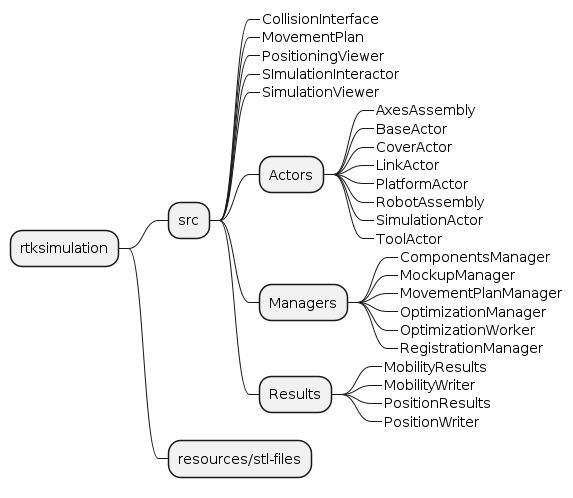
RobertDeBiro/Cpp_Programs keeps this PlantUML diagram as Companies/Ronna/Images/Diagrams/MindMaps/rtksimulation.png. Above is the earlier version. Its diagram source:
```plantuml
@startmindmap rtksimulation

+ rtksimulation
++ src
+++_ CollisionInterface
+++_ MovementPlan
+++_ PositioningViewer
+++_ SImulationInteractor
+++_ SimulationViewer
+++ Actors
++++_ AxesAssembly
++++_ BaseActor
++++_ CoverActor
++++_ LinkActor
++++_ PlatformActor
++++_ RobotAssembly
++++_ SimulationActor
++++_ ToolActor
+++ Managers
++++_ ComponentsManager
++++_ MockupManager
++++_ MovementPlanManager
++++_ OptimizationManager
++++_ OptimizationWorker
++++_ RegistrationManager
+++ Results
++++_ MobilityResults
++++_ MobilityWriter
++++_ PositionResults
++++_ PositionWriter
++ resources/stl-files

@endmindmap
```
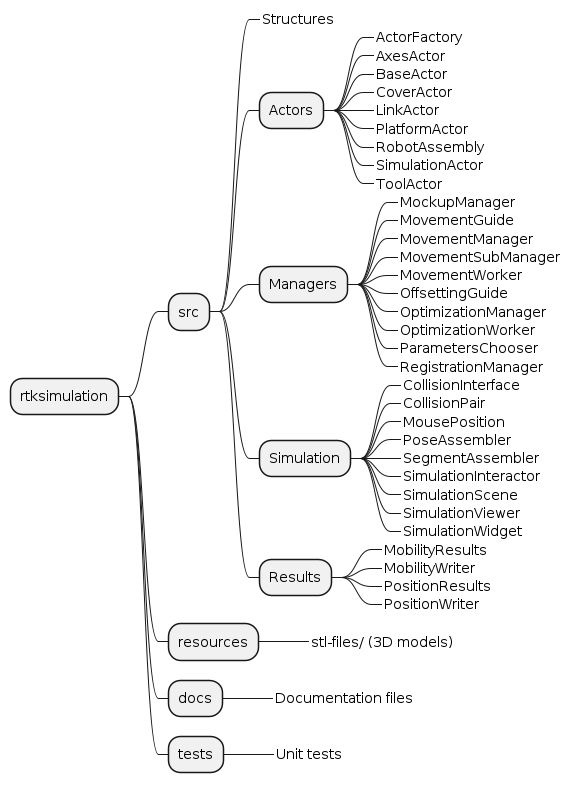
Above is the later version.

The edit, as a diff of the source:
```diff
@@ -1,14 +1,13 @@
 @startmindmap rtksimulation
 
 + rtksimulation
+
 ++ src
-+++_ CollisionInterface
-+++_ MovementPlan
-+++_ PositioningViewer
-+++_ SImulationInteractor
-+++_ SimulationViewer
++++_ Structures
+
 +++ Actors
-++++_ AxesAssembly
+++++_ ActorFactory
+++++_ AxesActor
 ++++_ BaseActor
 ++++_ CoverActor
 ++++_ LinkActor
@@ -16,18 +15,43 @@
 ++++_ RobotAssembly
 ++++_ SimulationActor
 ++++_ ToolActor
+
 +++ Managers
-++++_ ComponentsManager
 ++++_ MockupManager
-++++_ MovementPlanManager
+++++_ MovementGuide
+++++_ MovementManager
+++++_ MovementSubManager
+++++_ MovementWorker
+++++_ OffsettingGuide
 ++++_ OptimizationManager
 ++++_ OptimizationWorker
+++++_ ParametersChooser
 ++++_ RegistrationManager
+
++++ Simulation
+++++_ CollisionInterface
+++++_ CollisionPair
+++++_ MousePosition
+++++_ PoseAssembler
+++++_ SegmentAssembler
+++++_ SimulationInteractor
+++++_ SimulationScene
+++++_ SimulationViewer
+++++_ SimulationWidget
+
 +++ Results
 ++++_ MobilityResults
 ++++_ MobilityWriter
 ++++_ PositionResults
 ++++_ PositionWriter
-++ resources/stl-files
+
+++ resources
++++_ stl-files/ (3D models)
+
+++ docs
++++_ Documentation files
+
+++ tests
++++_ Unit tests
 
 @endmindmap
```
